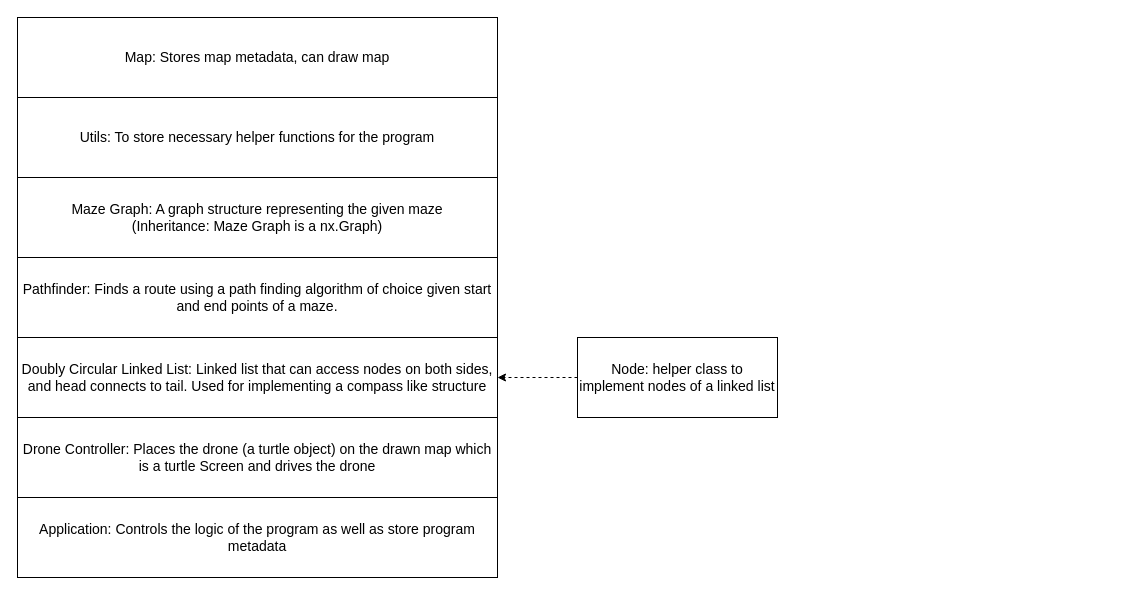
Earlier version of the draw.io diagram page "Class Summary" (3 of 3) of diagrams/program_diagrams.drawio (junnjiee16/ST1507-DSAA-Maze-Solver). Source tidied: cells renumbered, new cells numbered last; positions are measured from the earlier drawing's top-left corner, leaving out a move shared by most shapes. Both pictures are drawn from the tidied source at 100%, with x=0, y=0 at pixel (17, 17).
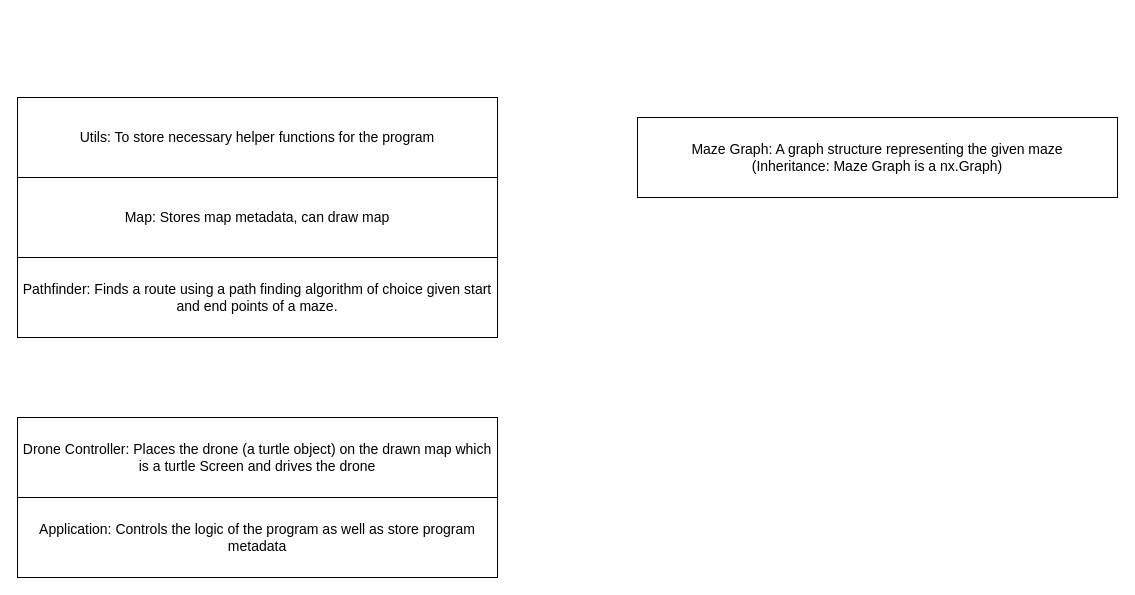
Above is the later version.

Diff of the diagram source:
```diff
@@
 <mxGraphModel>
   <root>
     <mxCell id="0" />
     <mxCell id="1" parent="0" />
     <mxCell id="2" value="&lt;font style=&quot;font-size: 14px;&quot;&gt;Map: Stores map metadata, can draw map&lt;/font&gt;" style="rounded=0;whiteSpace=wrap;html=1;" parent="1" vertex="1">
-      <mxGeometry width="480" height="80" as="geometry" />
+      <mxGeometry y="160" width="480" height="80" as="geometry" />
     </mxCell>
     <mxCell id="3" value="&lt;font style=&quot;font-size: 14px;&quot;&gt;Pathfinder: Finds a route using a path finding algorithm of choice given start and end points of a maze.&lt;/font&gt;" style="rounded=0;whiteSpace=wrap;html=1;" parent="1" vertex="1">
       <mxGeometry y="240" width="480" height="80" as="geometry" />
     </mxCell>
     <mxCell id="4" value="&lt;font style=&quot;font-size: 14px;&quot;&gt;Maze Graph: A graph structure representing the given maze&lt;br&gt;(Inheritance: Maze Graph is a nx.Graph)&lt;/font&gt;" style="rounded=0;whiteSpace=wrap;html=1;" parent="1" vertex="1">
-      <mxGeometry y="160" width="480" height="80" as="geometry" />
+      <mxGeometry x="620" y="100" width="480" height="80" as="geometry" />
     </mxCell>
     <mxCell id="5" value="&lt;font style=&quot;font-size: 14px;&quot;&gt;Drone Controller: Places the drone (a turtle object) on the drawn map which is a turtle Screen and drives the drone&lt;/font&gt;" style="rounded=0;whiteSpace=wrap;html=1;" parent="1" vertex="1">
       <mxGeometry y="400" width="480" height="80" as="geometry" />
     </mxCell>
-    <mxCell id="6" value="&lt;font style=&quot;font-size: 14px;&quot;&gt;Doubly Circular Linked List: Linked list that can access nodes on both sides, and head connects to tail. Used for implementing a compass like structure&lt;/font&gt;" style="rounded=0;whiteSpace=wrap;html=1;" parent="1" vertex="1">
-      <mxGeometry y="320" width="480" height="80" as="geometry" />
-    </mxCell>
-    <mxCell id="7" style="edgeStyle=orthogonalEdgeStyle;rounded=0;jettySize=auto;html=1;fontSize=14;dashed=1;" parent="1" edge="1" source="8" target="6">
-      <mxGeometry relative="1" as="geometry" />
-    </mxCell>
-    <mxCell id="8" value="Node: helper class to implement nodes of a linked list" style="rounded=0;whiteSpace=wrap;html=1;fontSize=14;" parent="1" vertex="1">
-      <mxGeometry x="560" y="320" width="200" height="80" as="geometry" />
-    </mxCell>
     <mxCell id="9" value="Utils: To store necessary helper functions for the program" style="rounded=0;whiteSpace=wrap;html=1;fontSize=14;" parent="1" vertex="1">
       <mxGeometry y="80" width="480" height="80" as="geometry" />
     </mxCell>
     <mxCell id="10" value="Application: Controls the logic of the program as well as store program metadata" style="rounded=0;whiteSpace=wrap;html=1;fontSize=14;" parent="1" vertex="1">
       <mxGeometry y="480" width="480" height="80" as="geometry" />
     </mxCell>
   </root>
 </mxGraphModel>
```
